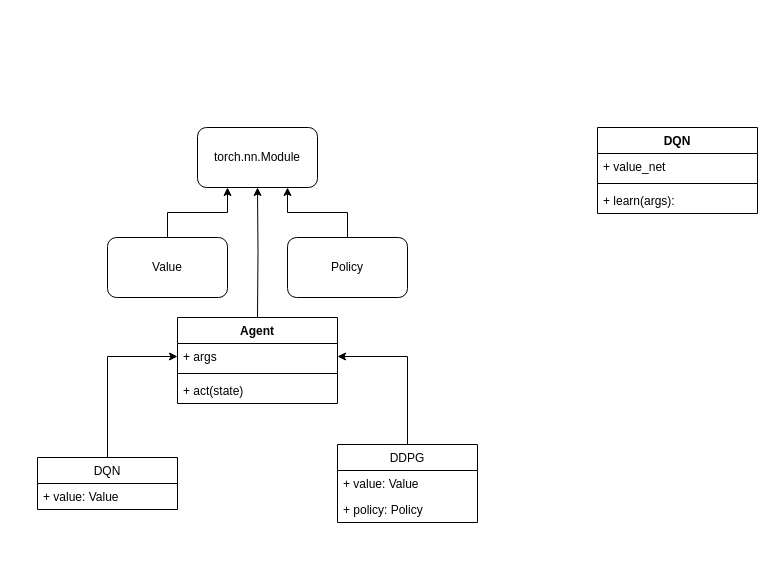
The draw.io diagram images/tbase.drawio in tradingAI/tbase, before the edit. Source tidied: cells renumbered, new cells numbered last; positions are measured from the earlier drawing's top-left corner, leaving out a move shared by most shapes. Both pictures are drawn from the tidied source at 100%, with x=0, y=0 at pixel (37, 127).
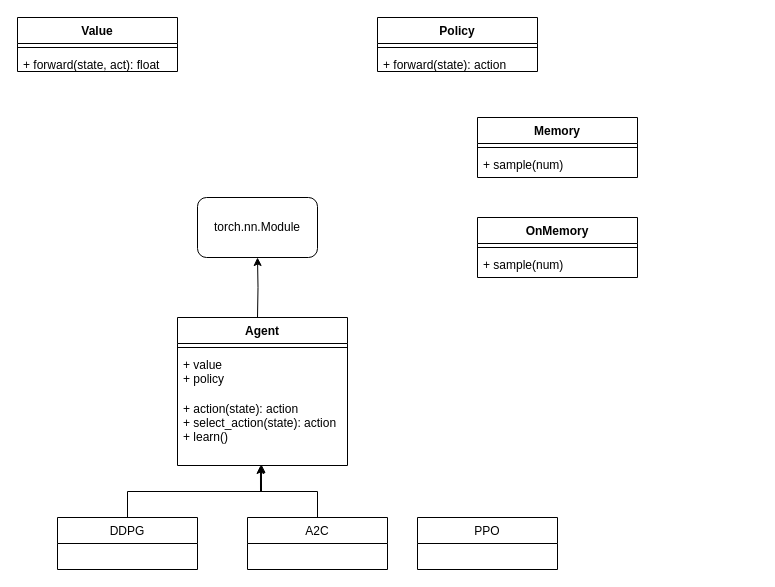
Above is the later version.

Change to the diagram source:
```diff
@@
     <mxCell id="2" value="torch.nn.Module" style="rounded=1;whiteSpace=wrap;html=1;" parent="1" vertex="1">
-      <mxGeometry x="160" width="120" height="60" as="geometry" />
+      <mxGeometry x="160" y="70" width="120" height="60" as="geometry" />
     </mxCell>
-    <mxCell id="3" style="edgeStyle=orthogonalEdgeStyle;rounded=0;jettySize=auto;html=1;entryX=0.25;entryY=1;entryDx=0;entryDy=0;" parent="1" edge="1" source="4" target="2">
-      <mxGeometry relative="1" as="geometry" />
-    </mxCell>
-    <mxCell id="4" value="Value" style="rounded=1;whiteSpace=wrap;html=1;" parent="1" vertex="1">
-      <mxGeometry x="70" y="110" width="120" height="60" as="geometry" />
-    </mxCell>
-    <mxCell id="5" style="edgeStyle=orthogonalEdgeStyle;rounded=0;jettySize=auto;html=1;entryX=0.75;entryY=1;entryDx=0;entryDy=0;" parent="1" edge="1" source="6" target="2">
-      <mxGeometry relative="1" as="geometry" />
-    </mxCell>
-    <mxCell id="6" value="Policy" style="rounded=1;whiteSpace=wrap;html=1;" parent="1" vertex="1">
-      <mxGeometry x="250" y="110" width="120" height="60" as="geometry" />
-    </mxCell>
-    <mxCell id="7" value="DQN" style="swimlane;fontStyle=1;align=center;verticalAlign=top;horizontal=1;startSize=26;" parent="1" vertex="1">
-      <mxGeometry x="560" width="160" height="86" as="geometry" />
-    </mxCell>
-    <mxCell id="8" value="+ value_net" style="text;strokeColor=none;fillColor=none;align=left;verticalAlign=top;spacingLeft=4;spacingRight=4;overflow=hidden;" parent="7" vertex="1">
-      <mxGeometry y="26" width="160" height="26" as="geometry" />
-    </mxCell>
-    <mxCell id="9" style="line;strokeWidth=1;fillColor=none;align=left;verticalAlign=middle;spacingTop=-1;spacingLeft=3;spacingRight=3;labelPosition=right;" parent="7" vertex="1">
-      <mxGeometry y="52" width="160" height="8" as="geometry" />
-    </mxCell>
-    <mxCell id="10" value="+ learn(args):" style="text;strokeColor=none;fillColor=none;align=left;verticalAlign=top;spacingLeft=4;spacingRight=4;overflow=hidden;" parent="7" vertex="1">
-      <mxGeometry y="60" width="160" height="26" as="geometry" />
-    </mxCell>
@@
     <mxCell id="12" value="Agent" style="swimlane;fontStyle=1;align=center;verticalAlign=top;horizontal=1;startSize=26;" parent="1" vertex="1">
-      <mxGeometry x="140" y="190" width="160" height="86" as="geometry" />
+      <mxGeometry x="140" y="190" width="170" height="148" as="geometry" />
     </mxCell>
+    <mxCell id="14" style="line;strokeWidth=1;fillColor=none;align=left;verticalAlign=middle;spacingTop=-1;spacingLeft=3;spacingRight=3;labelPosition=right;" parent="12" vertex="1">
+      <mxGeometry y="26" width="170" height="8" as="geometry" />
+    </mxCell>
-    <mxCell id="13" value="+ args" style="text;strokeColor=none;fillColor=none;align=left;verticalAlign=top;spacingLeft=4;spacingRight=4;overflow=hidden;points=[[0,0.5],[1,0.5]];portConstraint=eastwest;" parent="12" vertex="1">
-      <mxGeometry y="26" width="160" height="26" as="geometry" />
+    <mxCell id="13" value="+ value&#10;+ policy" style="text;strokeColor=none;fillColor=none;align=left;verticalAlign=top;spacingLeft=4;spacingRight=4;overflow=hidden;points=[[0,0.5],[1,0.5]];portConstraint=eastwest;" parent="12" vertex="1">
+      <mxGeometry y="34" width="170" height="44" as="geometry" />
     </mxCell>
-    <mxCell id="14" style="line;strokeWidth=1;fillColor=none;align=left;verticalAlign=middle;spacingTop=-1;spacingLeft=3;spacingRight=3;labelPosition=right;" parent="12" vertex="1">
-      <mxGeometry y="52" width="160" height="8" as="geometry" />
-    </mxCell>
-    <mxCell id="15" value="+ act(state)" style="text;strokeColor=none;fillColor=none;align=left;verticalAlign=top;spacingLeft=4;spacingRight=4;overflow=hidden;points=[[0,0.5],[1,0.5]];portConstraint=eastwest;" parent="12" vertex="1">
-      <mxGeometry y="60" width="160" height="26" as="geometry" />
+    <mxCell id="15" value="+ action(state): action&#10;+ select_action(state): action&#10;+ learn()" style="text;strokeColor=none;fillColor=none;align=left;verticalAlign=top;spacingLeft=4;spacingRight=4;overflow=hidden;points=[[0,0.5],[1,0.5]];portConstraint=eastwest;" parent="12" vertex="1">
+      <mxGeometry y="78" width="170" height="70" as="geometry" />
     </mxCell>
-    <mxCell id="16" style="edgeStyle=orthogonalEdgeStyle;rounded=0;jettySize=auto;html=1;entryX=0;entryY=0.5;entryDx=0;entryDy=0;" parent="1" edge="1" source="17" target="13">
-      <mxGeometry relative="1" as="geometry" />
-    </mxCell>
-    <mxCell id="17" value="DQN" style="swimlane;fontStyle=0;horizontal=1;startSize=26;fillColor=none;" parent="1" vertex="1">
-      <mxGeometry y="330" width="140" height="52" as="geometry" />
-    </mxCell>
-    <mxCell id="18" value="+ value: Value" style="text;strokeColor=none;fillColor=none;align=left;verticalAlign=top;spacingLeft=4;spacingRight=4;overflow=hidden;" parent="17" vertex="1">
-      <mxGeometry y="26" width="140" height="26" as="geometry" />
-    </mxCell>
-    <mxCell id="19" style="edgeStyle=orthogonalEdgeStyle;rounded=0;jettySize=auto;html=1;entryX=1;entryY=0.5;entryDx=0;entryDy=0;" parent="1" edge="1" source="20" target="13">
-      <mxGeometry relative="1" as="geometry" />
-    </mxCell>
+    <mxCell id="23" style="edgeStyle=orthogonalEdgeStyle;rounded=0;jettySize=auto;html=1;entryX=0.494;entryY=0.986;entryDx=0;entryDy=0;entryPerimeter=0;" parent="1" edge="1" source="20" target="15">
+      <mxGeometry relative="1" as="geometry" />
+    </mxCell>
     <mxCell id="20" value="DDPG" style="swimlane;fontStyle=0;horizontal=1;startSize=26;fillColor=none;" parent="1" vertex="1">
-      <mxGeometry x="300" y="317" width="140" height="78" as="geometry" />
+      <mxGeometry x="20" y="390" width="140" height="52" as="geometry" />
     </mxCell>
-    <mxCell id="21" value="+ value: Value" style="text;strokeColor=none;fillColor=none;align=left;verticalAlign=top;spacingLeft=4;spacingRight=4;overflow=hidden;" parent="20" vertex="1">
-      <mxGeometry y="26" width="140" height="26" as="geometry" />
-    </mxCell>
-    <mxCell id="22" value="+ policy: Policy" style="text;strokeColor=none;fillColor=none;align=left;verticalAlign=top;spacingLeft=4;spacingRight=4;overflow=hidden;" parent="20" vertex="1">
-      <mxGeometry y="52" width="140" height="26" as="geometry" />
-    </mxCell>
+    <mxCell id="4" value="Value" style="swimlane;fontStyle=1;align=center;verticalAlign=top;horizontal=1;startSize=26;" parent="1" vertex="1">
+      <mxGeometry x="-20" y="-110" width="160" height="54" as="geometry" />
+    </mxCell>
+    <mxCell id="24" value="&#10;&#10;&#10;" style="line;strokeWidth=1;fillColor=none;align=left;verticalAlign=middle;spacingTop=-1;spacingLeft=3;spacingRight=3;labelPosition=right;" parent="4" vertex="1">
+      <mxGeometry y="26" width="160" height="8" as="geometry" />
+    </mxCell>
+    <mxCell id="25" value="+ forward(state, act): float" style="text;strokeColor=none;fillColor=none;align=left;verticalAlign=top;spacingLeft=4;spacingRight=4;overflow=hidden;" parent="4" vertex="1">
+      <mxGeometry y="34" width="160" height="20" as="geometry" />
+    </mxCell>
+    <mxCell id="6" value="Policy" style="swimlane;fontStyle=1;align=center;verticalAlign=top;horizontal=1;startSize=26;" parent="1" vertex="1">
+      <mxGeometry x="340" y="-110" width="160" height="54" as="geometry" />
+    </mxCell>
+    <mxCell id="26" value="&#10;&#10;&#10;" style="line;strokeWidth=1;fillColor=none;align=left;verticalAlign=middle;spacingTop=-1;spacingLeft=3;spacingRight=3;labelPosition=right;" parent="6" vertex="1">
+      <mxGeometry y="26" width="160" height="8" as="geometry" />
+    </mxCell>
+    <mxCell id="27" value="+ forward(state): action" style="text;strokeColor=none;fillColor=none;align=left;verticalAlign=top;spacingLeft=4;spacingRight=4;overflow=hidden;" parent="6" vertex="1">
+      <mxGeometry y="34" width="160" height="20" as="geometry" />
+    </mxCell>
+    <mxCell id="28" value="Memory" style="swimlane;fontStyle=1;align=center;verticalAlign=top;horizontal=1;startSize=26;" parent="1" vertex="1">
+      <mxGeometry x="440" y="-10" width="160" height="60" as="geometry" />
+    </mxCell>
+    <mxCell id="29" style="line;strokeWidth=1;fillColor=none;align=left;verticalAlign=middle;spacingTop=-1;spacingLeft=3;spacingRight=3;labelPosition=right;" parent="28" vertex="1">
+      <mxGeometry y="26" width="160" height="8" as="geometry" />
+    </mxCell>
+    <mxCell id="30" value="+ sample(num)" style="text;strokeColor=none;fillColor=none;align=left;verticalAlign=top;spacingLeft=4;spacingRight=4;overflow=hidden;" parent="28" vertex="1">
+      <mxGeometry y="34" width="160" height="26" as="geometry" />
+    </mxCell>
+    <mxCell id="31" style="edgeStyle=orthogonalEdgeStyle;rounded=0;jettySize=auto;html=1;entryX=0.488;entryY=1;entryDx=0;entryDy=0;entryPerimeter=0;" parent="1" edge="1" source="32" target="15">
+      <mxGeometry relative="1" as="geometry" />
+    </mxCell>
+    <mxCell id="32" value="A2C" style="swimlane;fontStyle=0;horizontal=1;startSize=26;fillColor=none;" parent="1" vertex="1">
+      <mxGeometry x="210" y="390" width="140" height="52" as="geometry" />
+    </mxCell>
+    <mxCell id="33" value="PPO" style="swimlane;fontStyle=0;horizontal=1;startSize=26;fillColor=none;" parent="1" vertex="1">
+      <mxGeometry x="380" y="390" width="140" height="52" as="geometry" />
+    </mxCell>
+    <mxCell id="34" value="OnMemory" style="swimlane;fontStyle=1;align=center;verticalAlign=top;horizontal=1;startSize=26;" parent="1" vertex="1">
+      <mxGeometry x="440" y="90" width="160" height="60" as="geometry" />
+    </mxCell>
+    <mxCell id="35" style="line;strokeWidth=1;fillColor=none;align=left;verticalAlign=middle;spacingTop=-1;spacingLeft=3;spacingRight=3;labelPosition=right;" parent="34" vertex="1">
+      <mxGeometry y="26" width="160" height="8" as="geometry" />
+    </mxCell>
+    <mxCell id="36" value="+ sample(num)" style="text;strokeColor=none;fillColor=none;align=left;verticalAlign=top;spacingLeft=4;spacingRight=4;overflow=hidden;" parent="34" vertex="1">
+      <mxGeometry y="34" width="160" height="26" as="geometry" />
+    </mxCell>
```
